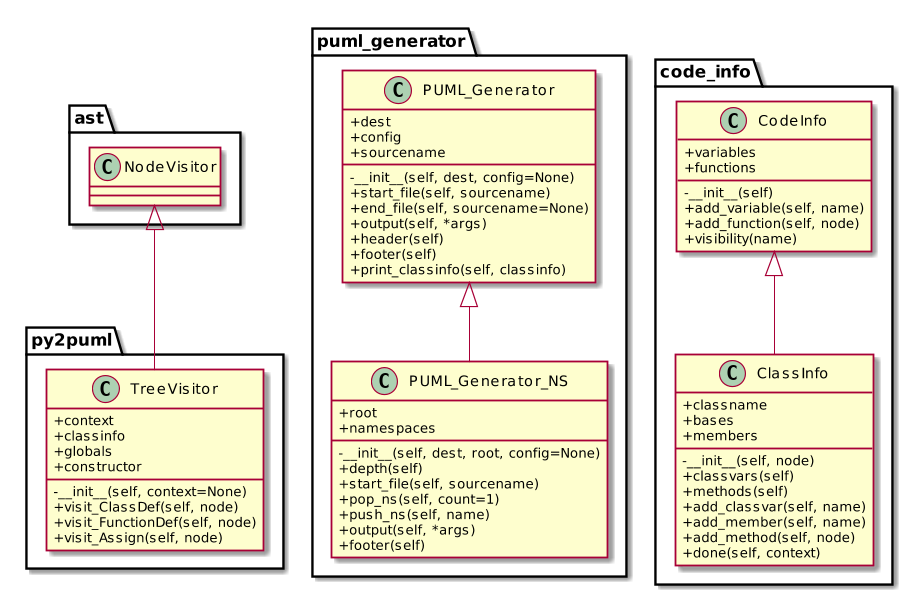
Above: py2puml/examples/py2puml-custom.png in deadbok/py-puml-tools (PlantUML), before the change.
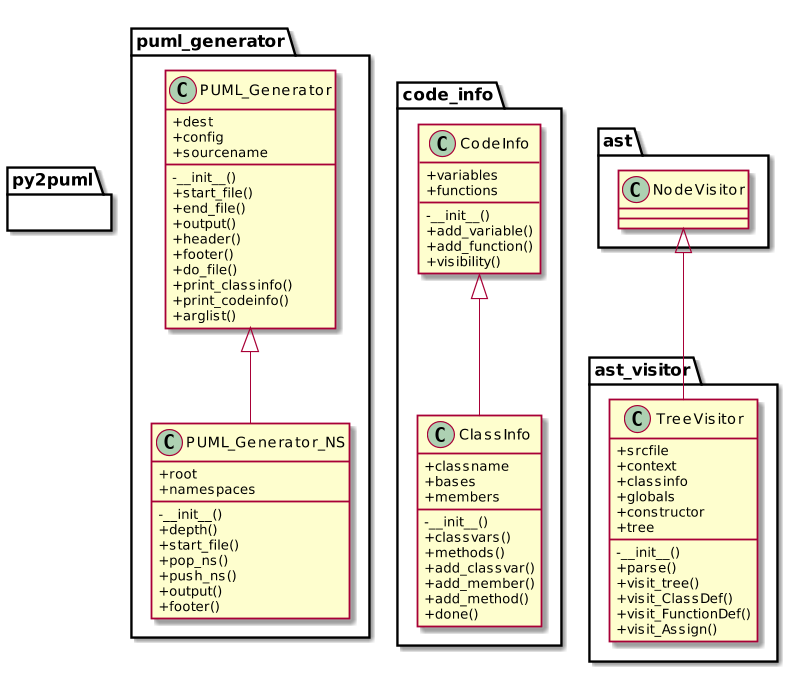
The same diagram one commit later.

Change to the diagram source:
```diff
@@ -4,44 +4,35 @@
 scale 1.2
 
 namespace py2puml {
-  ast.NodeVisitor <|-- TreeVisitor
-  class TreeVisitor {
-    +context
-    +classinfo
-    +globals
-    +constructor
-    -__init__(self, context=None)
-    +visit_ClassDef(self, node)
-    +visit_FunctionDef(self, node)
-    +visit_Assign(self, node)
-  }
-
 }
 namespace puml_generator {
   class PUML_Generator {
     +dest
     +config
     +sourcename
-    -__init__(self, dest, config=None)
-    +start_file(self, sourcename)
-    +end_file(self, sourcename=None)
-    +output(self, *args)
-    +header(self)
-    +footer(self)
-    +print_classinfo(self, classinfo)
+    -__init__()
+    +start_file()
+    +end_file()
+    +output()
+    +header()
+    +footer()
+    +do_file()
+    +print_classinfo()
+    +print_codeinfo()
+    +arglist()
   }
 
   PUML_Generator <|-- PUML_Generator_NS
   class PUML_Generator_NS {
     +root
     +namespaces
-    -__init__(self, dest, root, config=None)
-    +depth(self)
-    +start_file(self, sourcename)
-    +pop_ns(self, count=1)
-    +push_ns(self, name)
-    +output(self, *args)
-    +footer(self)
+    -__init__()
+    +depth()
+    +start_file()
+    +pop_ns()
+    +push_ns()
+    +output()
+    +footer()
   }
 
 }
@@ -49,10 +40,10 @@
   class CodeInfo {
     +variables
     +functions
-    -__init__(self)
-    +add_variable(self, name)
-    +add_function(self, node)
-    +visibility(name)
+    -__init__()
+    +add_variable()
+    +add_function()
+    +visibility()
   }
 
   CodeInfo <|-- ClassInfo
@@ -60,13 +51,31 @@
     +classname
     +bases
     +members
-    -__init__(self, node)
-    +classvars(self)
-    +methods(self)
-    +add_classvar(self, name)
-    +add_member(self, name)
-    +add_method(self, node)
-    +done(self, context)
+    -__init__()
+    +classvars()
+    +methods()
+    +add_classvar()
+    +add_member()
+    +add_method()
+    +done()
+  }
+
+}
+namespace ast_visitor {
+  ast.NodeVisitor <|-- TreeVisitor
+  class TreeVisitor {
+    +srcfile
+    +context
+    +classinfo
+    +globals
+    +constructor
+    +tree
+    -__init__()
+    +parse()
+    +visit_tree()
+    +visit_ClassDef()
+    +visit_FunctionDef()
+    +visit_Assign()
   }
 
 }
```
